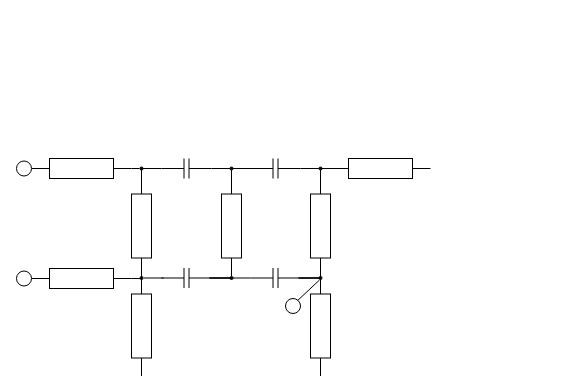
Earlier version of the draw.io diagram MULTISTAGE IMPULSE GENERATOR.drawio (mt-perform/schematics). Source tidied: cells renumbered, new cells numbered last; positions are measured from the earlier drawing's top-left corner, leaving out a move shared by most shapes. Both pictures are drawn from the tidied source at 100%, with x=0, y=0 at pixel (16, 158). Pictures stored in the file or linked from it are replaced by grey dashed boxes.
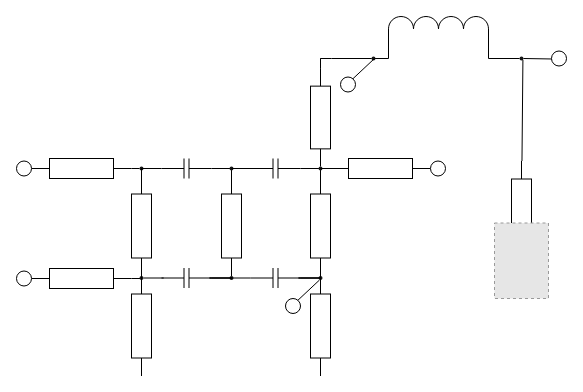
The same diagram, later.

Commit message (it also covers changes not shown here):
MULTISTAGE IMPULSE GENERATOR.drawio を更新します

Change to the diagram source:
```diff
@@
+    <mxCell id="38" style="verticalLabelPosition=bottom;shadow=0;dashed=0;align=center;html=1;verticalAlign=top;strokeWidth=1;shape=ellipse;perimeter=ellipsePerimeter;fontSize=20;direction=south;" parent="1" vertex="1">
+      <mxGeometry x="414" y="2.5" width="15" height="15" as="geometry" />
+    </mxCell>
+    <mxCell id="39" style="edgeStyle=none;rounded=0;jumpSize=1;jettySize=auto;html=1;exitX=0;exitY=0.5;exitDx=0;exitDy=0;exitPerimeter=0;fontSize=20;endArrow=none;endFill=0;strokeWidth=1;" parent="1" edge="1" source="42">
+      <mxGeometry relative="1" as="geometry">
+        <mxPoint x="303.9" y="-90" as="targetPoint" />
+      </mxGeometry>
+    </mxCell>
+    <mxCell id="40" style="edgeStyle=none;rounded=0;jumpSize=1;jettySize=auto;html=1;fontSize=20;endArrow=none;endFill=0;strokeWidth=1;" parent="1" edge="1" source="42">
+      <mxGeometry relative="1" as="geometry">
+        <mxPoint x="304" y="-90" as="targetPoint" />
+      </mxGeometry>
+    </mxCell>
+    <mxCell id="41" style="edgeStyle=none;rounded=0;jumpSize=1;jettySize=auto;html=1;fontSize=20;endArrow=none;endFill=0;strokeWidth=1;" parent="1" edge="1" source="42">
+      <mxGeometry relative="1" as="geometry">
+        <mxPoint x="304" y="-90" as="targetPoint" />
+        <Array as="points">
+          <mxPoint x="304" y="-100" />
+        </Array>
+      </mxGeometry>
+    </mxCell>
+    <mxCell id="42" style="verticalLabelPosition=bottom;shadow=0;dashed=0;align=center;html=1;verticalAlign=top;shape=mxgraph.electrical.resistors.resistor_1;fontSize=20;strokeWidth=1;direction=south;" parent="1" vertex="1">
+      <mxGeometry x="294" y="-90" width="20" height="98" as="geometry" />
+    </mxCell>
+    <mxCell id="43" style="rounded=0;jumpSize=1;orthogonalLoop=1;jettySize=auto;html=1;fontSize=20;endArrow=none;endFill=0;strokeWidth=1;startArrow=none;" parent="1" edge="1">
+      <mxGeometry relative="1" as="geometry">
+        <mxPoint x="355" y="-100" as="sourcePoint" />
+        <mxPoint x="304" y="-100" as="targetPoint" />
+        <Array as="points">
+          <mxPoint x="315" y="-100" />
+        </Array>
+      </mxGeometry>
+    </mxCell>
+    <mxCell id="44" style="edgeStyle=none;rounded=0;jumpSize=1;jettySize=auto;html=1;exitX=0;exitY=1;exitDx=0;exitDy=0;exitPerimeter=0;fontSize=20;endArrow=none;endFill=0;strokeWidth=1;" parent="1" edge="1" source="45">
+      <mxGeometry relative="1" as="geometry">
+        <mxPoint x="355" y="-100" as="targetPoint" />
+      </mxGeometry>
+    </mxCell>
+    <mxCell id="45" style="verticalLabelPosition=bottom;shadow=0;dashed=0;align=center;html=1;verticalAlign=top;shape=mxgraph.electrical.inductors.inductor;fontSize=20;strokeWidth=1;fillColor=#171717;" parent="1" vertex="1">
+      <mxGeometry x="372" y="-142" width="100" height="42" as="geometry" />
+    </mxCell>
+    <mxCell id="46" style="ellipse;whiteSpace=wrap;html=1;fontSize=20;strokeWidth=1;align=center;strokeColor=none;fillColor=#171717;" parent="1" vertex="1">
+      <mxGeometry x="355" y="-102" width="4" height="4" as="geometry" />
+    </mxCell>
+    <mxCell id="47" style="group;" parent="1" vertex="1">
+      <mxGeometry x="324" y="-100" width="34" height="33.5" as="geometry" />
+    </mxCell>
+    <mxCell id="48" style="endArrow=none;html=1;rounded=0;fontSize=20;strokeWidth=1;jumpSize=1;" parent="47" edge="1">
+      <mxGeometry relative="1" as="geometry">
+        <mxPoint x="10" y="22.5" as="sourcePoint" />
+        <mxPoint x="34" as="targetPoint" />
+      </mxGeometry>
+    </mxCell>
+    <mxCell id="49" style="verticalLabelPosition=bottom;shadow=0;dashed=0;align=center;html=1;verticalAlign=top;strokeWidth=1;shape=ellipse;perimeter=ellipsePerimeter;fontSize=20;" parent="47" vertex="1">
+      <mxGeometry y="18.5" width="15" height="15" as="geometry" />
+    </mxCell>
+    <mxCell id="50" style="edgeStyle=none;rounded=0;jumpSize=1;jettySize=auto;html=1;entryX=1;entryY=1;entryDx=0;entryDy=0;entryPerimeter=0;fontSize=20;endArrow=none;endFill=0;strokeWidth=1;" parent="1" edge="1" source="51" target="45">
+      <mxGeometry relative="1" as="geometry" />
+    </mxCell>
+    <mxCell id="51" style="ellipse;whiteSpace=wrap;html=1;fontSize=20;strokeWidth=1;align=center;strokeColor=none;fillColor=#171717;" parent="1" vertex="1">
+      <mxGeometry x="503" y="-102" width="4" height="4" as="geometry" />
+    </mxCell>
+    <mxCell id="52" style="endArrow=none;html=1;rounded=0;fontSize=20;strokeWidth=1;jumpSize=1;" parent="1" edge="1">
+      <mxGeometry relative="1" as="geometry">
+        <mxPoint x="507" y="-100" as="sourcePoint" />
+        <mxPoint x="537" y="-99.5" as="targetPoint" />
+      </mxGeometry>
+    </mxCell>
+    <mxCell id="53" style="verticalLabelPosition=bottom;shadow=0;dashed=0;align=center;html=1;verticalAlign=top;strokeWidth=1;shape=ellipse;perimeter=ellipsePerimeter;fontSize=20;" parent="1" vertex="1">
+      <mxGeometry x="535" y="-107.5" width="15" height="15" as="geometry" />
+    </mxCell>
+    <mxCell id="54" style="edgeStyle=none;rounded=0;jumpSize=1;jettySize=auto;html=1;entryX=1;entryY=1;entryDx=0;entryDy=0;fontSize=20;endArrow=none;endFill=0;strokeWidth=1;" parent="1" edge="1" source="55" target="51">
+      <mxGeometry relative="1" as="geometry" />
+    </mxCell>
+    <mxCell id="55" style="verticalLabelPosition=bottom;shadow=0;dashed=0;align=center;html=1;verticalAlign=top;shape=mxgraph.electrical.resistors.resistor_1;fontSize=20;strokeWidth=1;direction=north;" parent="1" vertex="1">
+      <mxGeometry x="495" y="2.5" width="20" height="100" as="geometry" />
+    </mxCell>
+    <mxCell id="56" style="fillColor=#E6E6E6;strokeColor=#999999;dashed=1;verticalLabelPosition=bottom;labelBackgroundColor=#ffffff;verticalAlign=top;" parent="1" vertex="1">
+      <mxGeometry x="478" y="64.5" width="54" height="75.5" as="geometry" />
+    </mxCell>
```
